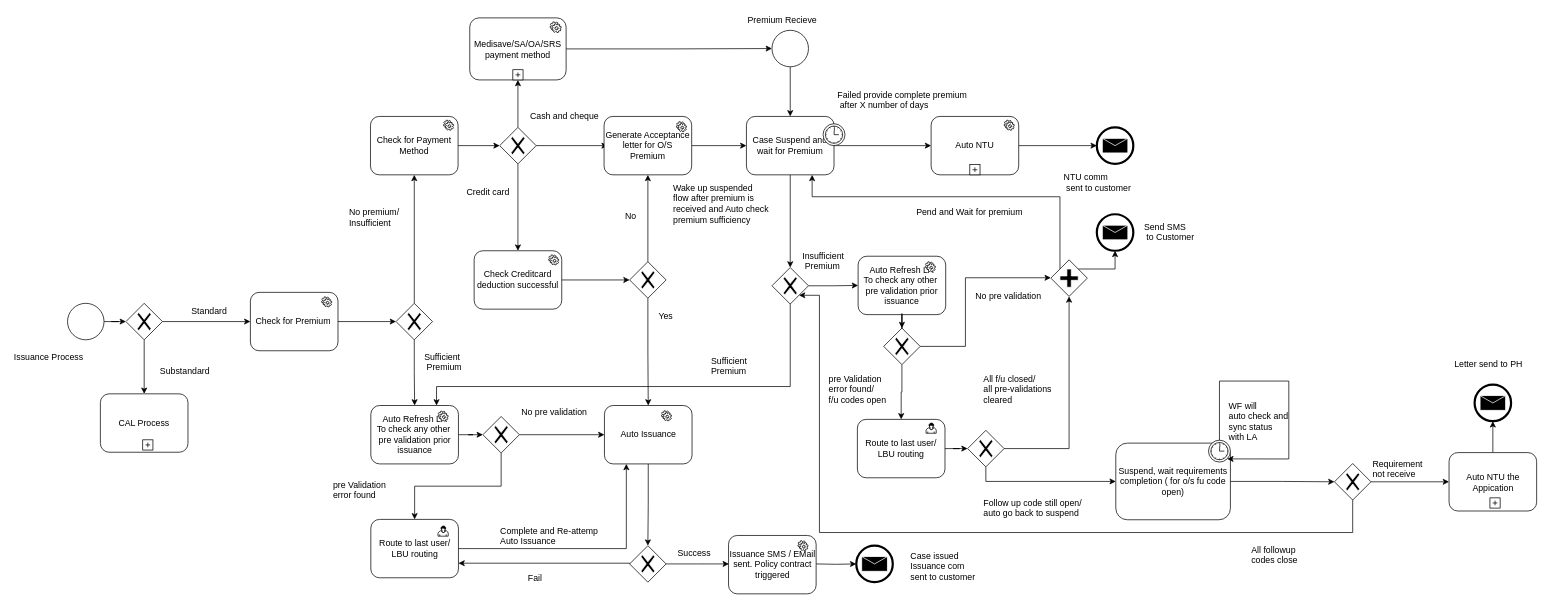
The draw.io diagram page "Issuance Process" (4 of 5) of Untitled Diagram.drawio in Jefferzonlee/WorkFlow-BPR, before the edit. Source tidied: cells renumbered, new cells numbered last; positions are measured from the earlier drawing's top-left corner, leaving out a move shared by most shapes. Both pictures are drawn from the tidied source at 73%, with x=0, y=0 at pixel (12, 12).
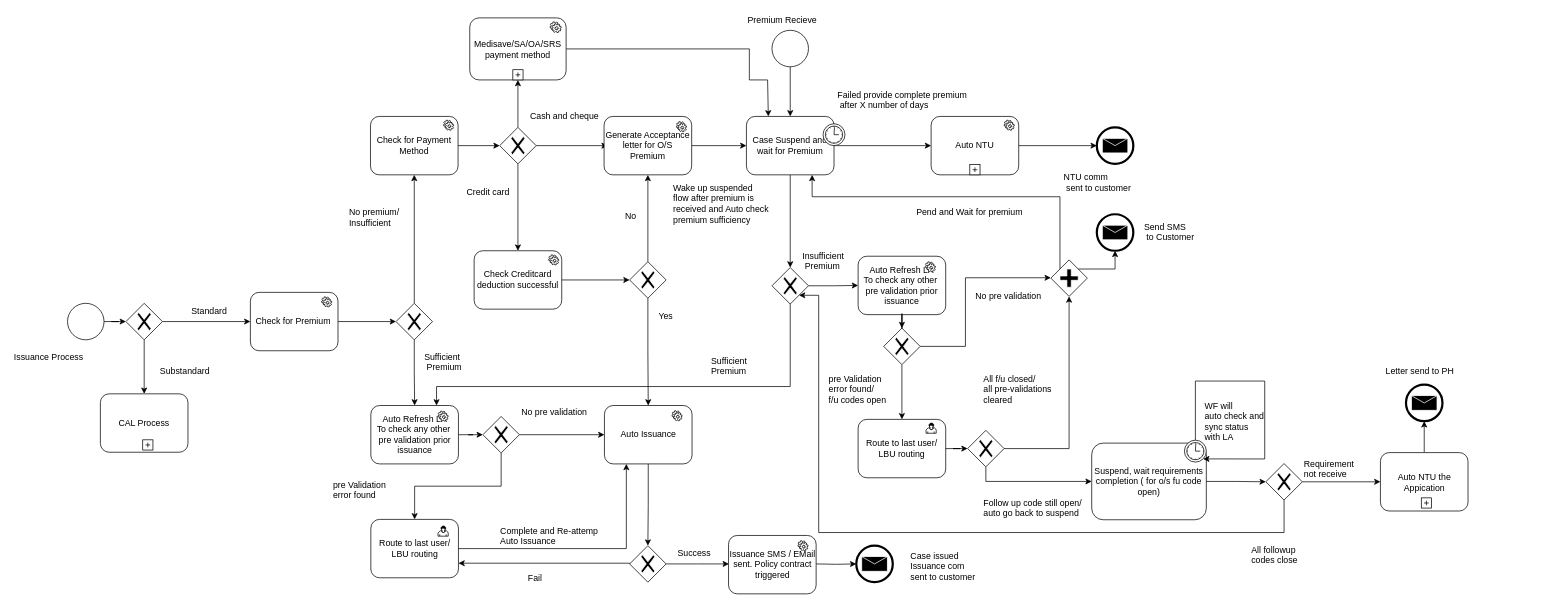
After the change.

Unchanged cells that the change refers to:
```xml
<mxCell id="37" value="Case Suspend and wait for Premium" style="html=1;whiteSpace=wrap;rounded=1;" parent="1" vertex="1">
  <mxGeometry x="1005" y="142" width="120" height="80" as="geometry" />
</mxCell>
<mxCell id="47" style="shape=mxgraph.bpmn.shape;html=1;verticalLabelPosition=bottom;labelBackgroundColor=#ffffff;verticalAlign=top;align=center;perimeter=ellipsePerimeter;outlineConnect=0;outline=standard;symbol=general;" parent="1" vertex="1">
  <mxGeometry x="1040" y="24" width="50" height="50" as="geometry" />
</mxCell>
<mxCell id="52" style="shape=mxgraph.bpmn.shape;html=1;verticalLabelPosition=bottom;labelBackgroundColor=#ffffff;verticalAlign=top;align=center;perimeter=rhombusPerimeter;background=gateway;outlineConnect=0;outline=none;symbol=exclusiveGw;" parent="1" vertex="1">
  <mxGeometry x="1040" y="349" width="50" height="50" as="geometry" />
</mxCell>
<mxCell id="81" value="Medisave/SA/OA/SRS payment method" style="html=1;whiteSpace=wrap;rounded=1;" parent="1" vertex="1">
  <mxGeometry x="626" y="7" width="132" height="85" as="geometry" />
</mxCell>
```

Change to the diagram source:
```diff
@@
     <mxCell id="21" style="shape=mxgraph.bpmn.service_task;html=1;" parent="1" vertex="1">
-      <mxGeometry x="888.5" y="545" width="14" height="14" as="geometry" />
+      <mxGeometry x="903" y="545" width="14" height="14" as="geometry" />
     </mxCell>
@@
-    <mxCell id="80" style="edgeStyle=orthogonalEdgeStyle;rounded=0;jettySize=auto;html=1;" parent="1" edge="1" source="81" target="47">
-      <mxGeometry relative="1" as="geometry" />
+    <mxCell id="80" style="edgeStyle=orthogonalEdgeStyle;rounded=0;jettySize=auto;html=1;entryX=0.25;entryY=0;entryDx=0;entryDy=0;exitX=1;exitY=0.5;exitDx=0;exitDy=0;" parent="1" edge="1" source="81" target="37">
+      <mxGeometry relative="1" as="geometry">
+        <Array as="points">
+          <mxPoint x="1009" y="49" />
+          <mxPoint x="1009" y="92" />
+          <mxPoint x="1034" y="92" />
+        </Array>
+      </mxGeometry>
     </mxCell>
@@
     <mxCell id="96" value="Route to last user/ LBU routing" style="shape=ext;rounded=1;html=1;whiteSpace=wrap;" parent="1" vertex="1">
-      <mxGeometry x="1157" y="557" width="120" height="80" as="geometry" />
+      <mxGeometry x="1158" y="557" width="120" height="80" as="geometry" />
     </mxCell>
@@
     <mxCell id="112" value="Suspend, wait requirements completion ( for o/s fu code open)" style="shape=ext;rounded=1;html=1;whiteSpace=wrap;" parent="1" vertex="1">
-      <mxGeometry x="1511" y="589.5" width="157" height="105" as="geometry" />
+      <mxGeometry x="1478" y="589.5" width="157" height="105" as="geometry" />
     </mxCell>
     <mxCell id="113" style="shape=mxgraph.bpmn.timer_start;perimeter=ellipsePerimeter;html=1;labelPosition=right;labelBackgroundColor=#ffffff;align=left;outlineConnect=0;" parent="1" vertex="1">
-      <mxGeometry x="1638" y="585.5" width="30" height="30" as="geometry">
+      <mxGeometry x="1605" y="585.5" width="30" height="30" as="geometry">
         <mxPoint x="415" y="125" as="offset" />
       </mxGeometry>
     </mxCell>
     <mxCell id="114" style="shape=mxgraph.bpmn.service_task;html=1;" parent="1" vertex="1">
-      <mxGeometry x="2037.5" y="620.5" width="14" height="14" as="geometry" />
+      <mxGeometry x="1943.5" y="620.5" width="14" height="14" as="geometry" />
     </mxCell>
     <mxCell id="115" value="Requirement &lt;br&gt;not&amp;nbsp;receive" style="text;html=1;align=left;verticalAlign=top;spacingTop=-4;" parent="1" vertex="1">
-      <mxGeometry x="1860.5" y="608.5" width="90" height="30" as="geometry" />
+      <mxGeometry x="1766.5" y="608.5" width="90" height="30" as="geometry" />
     </mxCell>
     <mxCell id="116" style="shape=mxgraph.bpmn.shape;html=1;verticalLabelPosition=bottom;labelBackgroundColor=#ffffff;verticalAlign=top;align=center;perimeter=ellipsePerimeter;outlineConnect=0;outline=end;symbol=message;" parent="1" vertex="1">
-      <mxGeometry x="2002.5" y="509.5" width="50" height="50" as="geometry" />
+      <mxGeometry x="1908.5" y="509.5" width="50" height="50" as="geometry" />
     </mxCell>
@@
     <mxCell id="118" value="Auto NTU the Appication" style="shape=ext;rounded=1;html=1;whiteSpace=wrap;" parent="1" vertex="1">
-      <mxGeometry x="1967.5" y="602.5" width="120" height="80" as="geometry" />
+      <mxGeometry x="1873.5" y="602.5" width="120" height="80" as="geometry" />
     </mxCell>
     <mxCell id="119" value="Letter send to PH" style="text;html=1;align=left;verticalAlign=top;spacingTop=-4;" parent="1" vertex="1">
-      <mxGeometry x="1972.5" y="472" width="110" height="20" as="geometry" />
+      <mxGeometry x="1878.5" y="482" width="110" height="20" as="geometry" />
     </mxCell>
     <mxCell id="120" style="shape=plus;html=1;" parent="1" vertex="1">
-      <mxGeometry x="2023.5" y="664.5" width="14" height="14" as="geometry" />
+      <mxGeometry x="1929.5" y="664.5" width="14" height="14" as="geometry" />
     </mxCell>
-    <mxCell id="121" style="edgeStyle=orthogonalEdgeStyle;rounded=0;jettySize=auto;html=1;" parent="1" edge="1" source="122" target="52">
+    <mxCell id="121" style="edgeStyle=orthogonalEdgeStyle;rounded=0;jettySize=auto;html=1;exitX=0.5;exitY=1;exitDx=0;exitDy=0;" parent="1" edge="1" source="122" target="52">
       <mxGeometry relative="1" as="geometry">
         <Array as="points">
-          <mxPoint x="1836" y="712" />
-          <mxPoint x="1105" y="712" />
-          <mxPoint x="1105" y="387" />
+          <mxPoint x="1742" y="712" />
+          <mxPoint x="1104" y="712" />
+          <mxPoint x="1104" y="387" />
         </Array>
       </mxGeometry>
     </mxCell>
     <mxCell id="122" style="shape=mxgraph.bpmn.shape;html=1;verticalLabelPosition=bottom;labelBackgroundColor=#ffffff;verticalAlign=top;align=center;perimeter=rhombusPerimeter;background=gateway;outlineConnect=0;outline=none;symbol=exclusiveGw;" parent="1" vertex="1">
-      <mxGeometry x="1810.5" y="617.5" width="50" height="50" as="geometry" />
+      <mxGeometry x="1716.5" y="617.5" width="50" height="50" as="geometry" />
     </mxCell>
@@
     <mxCell id="125" style="edgeStyle=orthogonalEdgeStyle;rounded=0;orthogonalLoop=1;jettySize=auto;html=1;entryX=0.855;entryY=0.855;entryDx=0;entryDy=0;entryPerimeter=0;" parent="1" edge="1" source="113" target="113">
       <mxGeometry relative="1" as="geometry">
         <Array as="points">
-          <mxPoint x="1653" y="504.5" />
-          <mxPoint x="1748" y="504.5" />
-          <mxPoint x="1748" y="611.5" />
+          <mxPoint x="1620" y="504.5" />
+          <mxPoint x="1715" y="504.5" />
+          <mxPoint x="1715" y="611.5" />
         </Array>
       </mxGeometry>
     </mxCell>
     <mxCell id="126" value="WF will &lt;br&gt;auto check and &lt;br&gt;sync status &lt;br&gt;with LA&amp;nbsp;" style="text;html=1;align=left;verticalAlign=top;spacingTop=-4;" parent="1" vertex="1">
-      <mxGeometry x="1664" y="529" width="100" height="60" as="geometry" />
+      <mxGeometry x="1631" y="529" width="100" height="60" as="geometry" />
     </mxCell>
```
